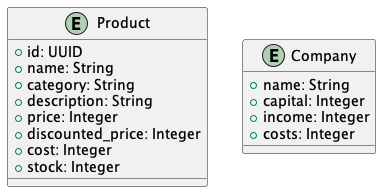
Earlier version of the PlantUML export docs/assets/img/architecture.png (MorganKryze/Clothes-Shop).
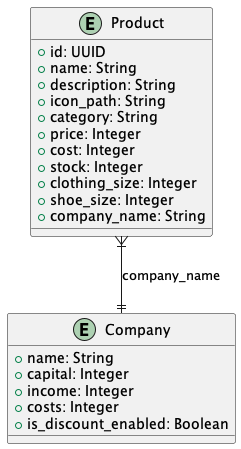
The same diagram one commit later.

Change to the diagram source:
```diff
@@ -3,12 +3,15 @@
 entity Product {
     + id: UUID
     + name: String
+    + description: String
+    + icon_path: String
     + category: String
-    + description: String
     + price: Integer
-    + discounted_price: Integer
     + cost: Integer
     + stock: Integer
+    + clothing_size: Integer
+    + shoe_size: Integer
+    + company_name: String
 }
 
 entity Company {
@@ -16,6 +19,9 @@
     + capital: Integer
     + income: Integer
     + costs: Integer
+    + is_discount_enabled: Boolean
 }
 
+Product }|--|| Company : "company_name"
+
 @enduml
```
